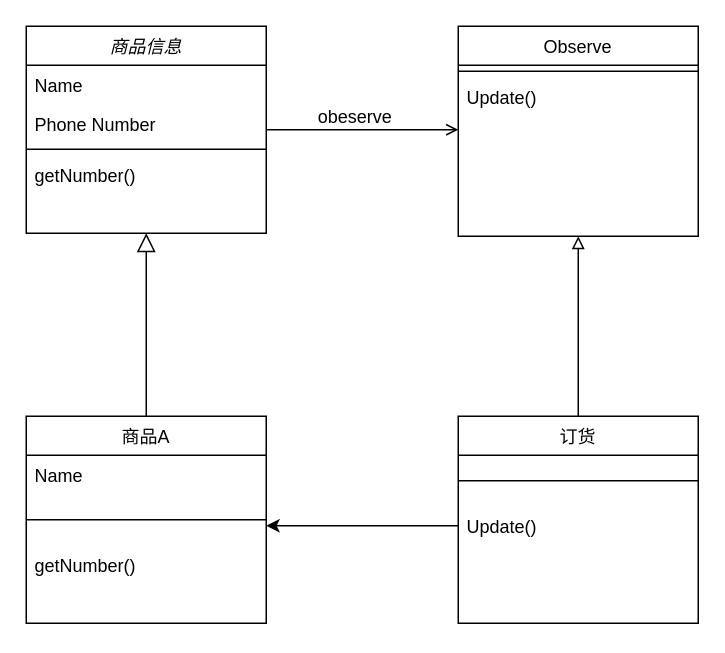
Earlier version of the draw.io diagram observe.drawio (slothfulviewer/slothfulviewer). Source tidied: cells renumbered, new cells numbered last; positions are measured from the earlier drawing's top-left corner, leaving out a move shared by most shapes. Both pictures are drawn from the tidied source at 150%, with x=0, y=0 at pixel (26, 26).
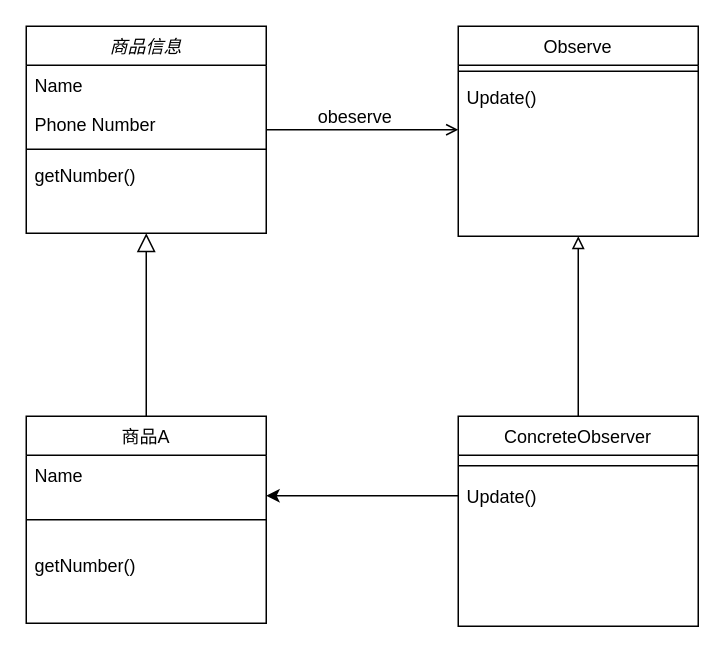
After the change.

What changed in the source:
```diff
@@
-    <mxCell id="18" value="订货" style="swimlane;fontStyle=0;align=center;verticalAlign=top;horizontal=1;startSize=26;rounded=0;shadow=0;strokeWidth=1;" parent="1" vertex="1">
-      <mxGeometry x="288" y="260" width="160" height="138" as="geometry" />
+    <mxCell id="18" value="ConcreteObserver" style="swimlane;fontStyle=0;align=center;verticalAlign=top;horizontal=1;startSize=26;rounded=0;shadow=0;strokeWidth=1;" parent="1" vertex="1">
+      <mxGeometry x="288" y="260" width="160" height="140" as="geometry" />
     </mxCell>
+    <mxCell id="20" style="edgeStyle=orthogonalEdgeStyle;rounded=0;jettySize=auto;html=1;exitX=0;exitY=0.5;exitDx=0;exitDy=0;" parent="18" edge="1" source="21">
+      <mxGeometry relative="1" as="geometry">
+        <mxPoint x="-128" y="53" as="targetPoint" />
+      </mxGeometry>
+    </mxCell>
     <mxCell id="19" style="line;html=1;strokeWidth=1;align=left;verticalAlign=middle;spacingTop=-1;spacingLeft=3;spacingRight=3;labelPosition=right;" parent="18" vertex="1">
-      <mxGeometry y="26" width="160" height="34" as="geometry" />
+      <mxGeometry y="26" width="160" height="14" as="geometry" />
     </mxCell>
-    <mxCell id="20" style="edgeStyle=orthogonalEdgeStyle;rounded=0;jettySize=auto;html=1;exitX=0;exitY=0.5;exitDx=0;exitDy=0;" parent="18" edge="1" source="21">
-      <mxGeometry relative="1" as="geometry">
-        <mxPoint x="-128" y="73" as="targetPoint" />
-      </mxGeometry>
-    </mxCell>
     <mxCell id="21" value="Update()" style="text;align=left;verticalAlign=top;spacingLeft=4;spacingRight=4;overflow=hidden;points=[[0,0.5],[1,0.5]];portConstraint=eastwest;" parent="18" vertex="1">
-      <mxGeometry y="60" width="160" height="26" as="geometry" />
+      <mxGeometry y="40" width="160" height="26" as="geometry" />
     </mxCell>
```
